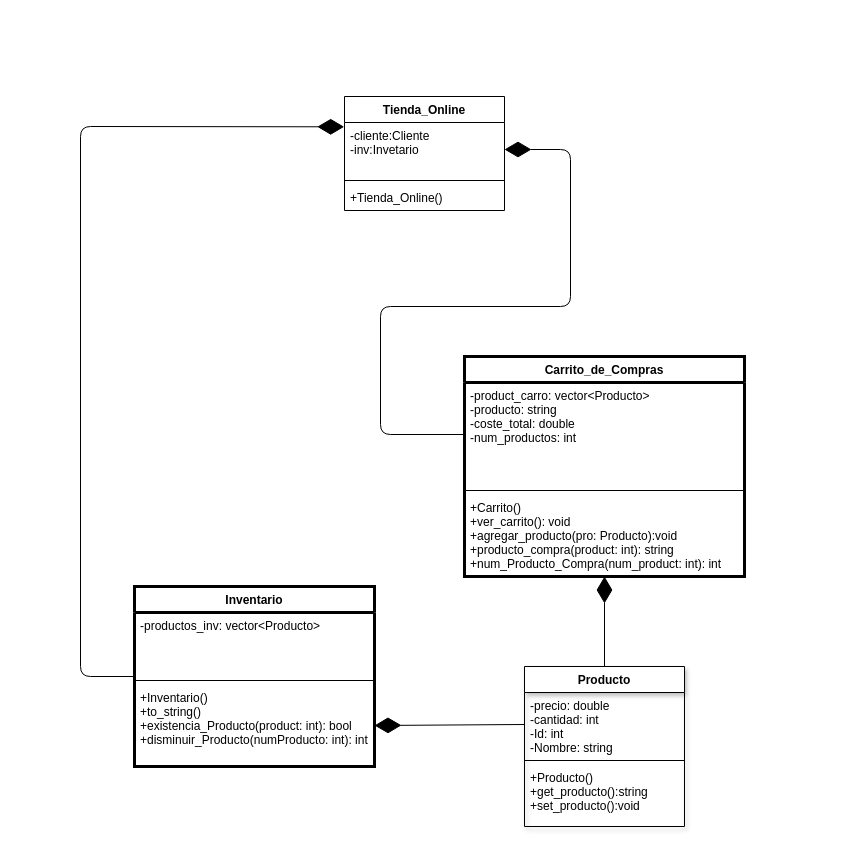
Earlier version of the draw.io diagram Tienda online.drawio (C-CEM-TC1033-304-2213/intregrador-SantiagoCastro05). Source tidied: cells renumbered, new cells numbered last; positions are measured from the earlier drawing's top-left corner, leaving out a move shared by most shapes. Both pictures are drawn from the tidied source at 100%, with x=0, y=0 at pixel (80, 96).
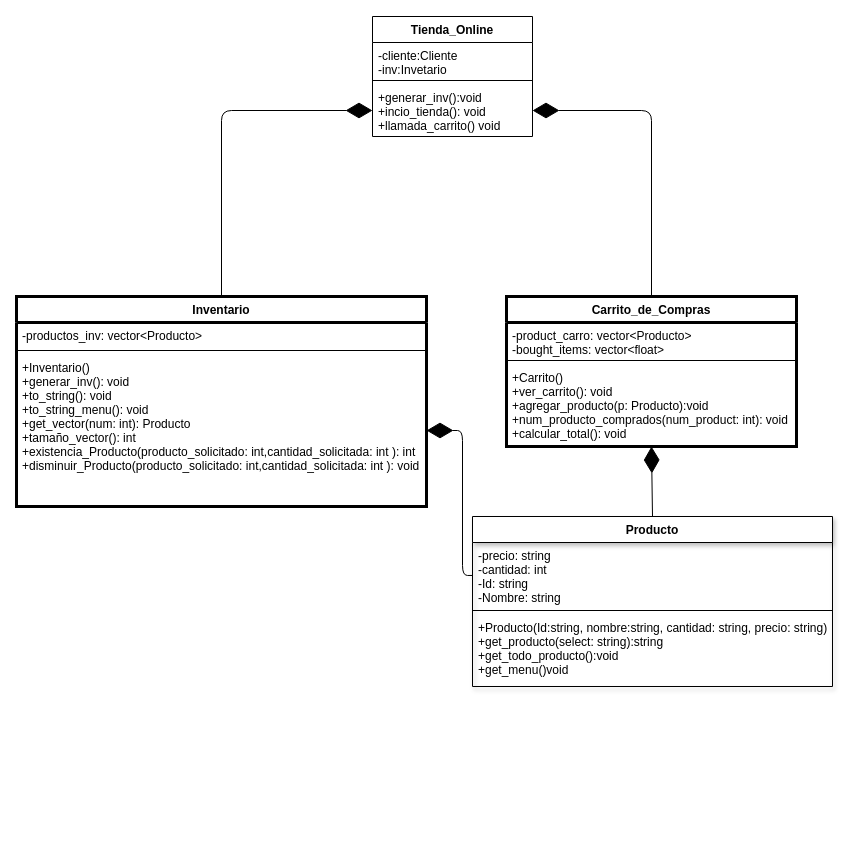
After the change.

Change to the diagram source:
```diff
@@
     <mxCell id="2" value="Carrito_de_Compras" style="swimlane;fontStyle=1;align=center;verticalAlign=top;horizontal=1;startSize=26;strokeWidth=3;" parent="1" vertex="1">
-      <mxGeometry x="384" y="260" width="280" height="220" as="geometry" />
+      <mxGeometry x="426" y="200" width="290" height="150" as="geometry" />
     </mxCell>
-    <mxCell id="3" value="-product_carro: vector&lt;Producto&gt;&#10;-producto: string&#10;-coste_total: double&#10;-num_productos: int" style="text;strokeColor=none;fillColor=none;align=left;verticalAlign=top;spacingLeft=4;spacingRight=4;overflow=hidden;points=[[0,0.5],[1,0.5]];portConstraint=eastwest;" parent="2" vertex="1">
-      <mxGeometry y="26" width="280" height="104" as="geometry" />
+    <mxCell id="3" value="-product_carro: vector&lt;Producto&gt;&#10;-bought_items: vector&lt;float&gt;" style="text;strokeColor=none;fillColor=none;align=left;verticalAlign=top;spacingLeft=4;spacingRight=4;overflow=hidden;points=[[0,0.5],[1,0.5]];portConstraint=eastwest;" parent="2" vertex="1">
+      <mxGeometry y="26" width="290" height="34" as="geometry" />
     </mxCell>
     <mxCell id="4" style="line;strokeWidth=1;fillColor=none;align=left;verticalAlign=middle;spacingTop=-1;spacingLeft=3;spacingRight=3;labelPosition=right;" parent="2" vertex="1">
-      <mxGeometry y="130" width="280" height="8" as="geometry" />
+      <mxGeometry y="60" width="290" height="8" as="geometry" />
     </mxCell>
-    <mxCell id="5" value="+Carrito()&#10;+ver_carrito(): void&#10;+agregar_producto(pro: Producto):void&#10;+producto_compra(product: int): string&#10;+num_Producto_Compra(num_product: int): int&#10;" style="text;strokeColor=none;fillColor=none;align=left;verticalAlign=top;spacingLeft=4;spacingRight=4;overflow=hidden;" parent="2" vertex="1">
-      <mxGeometry y="138" width="280" height="82" as="geometry" />
+    <mxCell id="5" value="+Carrito()&#10;+ver_carrito(): void&#10;+agregar_producto(p: Producto):void&#10;+num_producto_comprados(num_product: int): void&#10;+calcular_total(): void" style="text;strokeColor=none;fillColor=none;align=left;verticalAlign=top;spacingLeft=4;spacingRight=4;overflow=hidden;" parent="2" vertex="1">
+      <mxGeometry y="68" width="290" height="82" as="geometry" />
     </mxCell>
     <mxCell id="6" value="Inventario" style="swimlane;fontStyle=1;align=center;verticalAlign=top;horizontal=1;startSize=26;strokeWidth=3;" parent="1" vertex="1">
-      <mxGeometry x="54" y="490" width="240" height="180" as="geometry" />
+      <mxGeometry x="-64" y="200" width="410" height="210" as="geometry" />
     </mxCell>
-    <mxCell id="7" value="-productos_inv: vector&lt;Producto&gt;&#10;" style="text;strokeColor=none;fillColor=none;align=left;verticalAlign=top;spacingLeft=4;spacingRight=4;overflow=hidden;" parent="6" vertex="1">
-      <mxGeometry y="26" width="240" height="64" as="geometry" />
+    <mxCell id="7" value="-productos_inv: vector&lt;Producto&gt;" style="text;strokeColor=none;fillColor=none;align=left;verticalAlign=top;spacingLeft=4;spacingRight=4;overflow=hidden;" parent="6" vertex="1">
+      <mxGeometry y="26" width="410" height="24" as="geometry" />
     </mxCell>
     <mxCell id="8" style="line;strokeWidth=1;fillColor=none;align=left;verticalAlign=middle;spacingTop=-1;spacingLeft=3;spacingRight=3;labelPosition=right;" parent="6" vertex="1">
-      <mxGeometry y="90" width="240" height="8" as="geometry" />
+      <mxGeometry y="50" width="410" height="8" as="geometry" />
     </mxCell>
-    <mxCell id="9" value="+Inventario()&#10;+to_string()&#10;+existencia_Producto(product: int): bool&#10;+disminuir_Producto(numProducto: int): int" style="text;strokeColor=none;fillColor=none;align=left;verticalAlign=top;spacingLeft=4;spacingRight=4;overflow=hidden;points=[[0,0.5],[1,0.5]];portConstraint=eastwest;" parent="6" vertex="1">
-      <mxGeometry y="98" width="240" height="82" as="geometry" />
+    <mxCell id="9" value="+Inventario()&#10;+generar_inv(): void&#10;+to_string(): void&#10;+to_string_menu(): void&#10;+get_vector(num: int): Producto&#10;+tamaño_vector(): int&#10;+existencia_Producto(producto_solicitado: int,cantidad_solicitada: int ): int&#10;+disminuir_Producto(producto_solicitado: int,cantidad_solicitada: int ): void" style="text;strokeColor=none;fillColor=none;align=left;verticalAlign=top;spacingLeft=4;spacingRight=4;overflow=hidden;points=[[0,0.5],[1,0.5]];portConstraint=eastwest;" parent="6" vertex="1">
+      <mxGeometry y="58" width="410" height="152" as="geometry" />
     </mxCell>
-    <mxCell id="10" style="endArrow=diamondThin;endFill=1;endSize=24;html=1;exitX=0;exitY=0.5;exitDx=0;exitDy=0;entryX=1;entryY=0.5;entryDx=0;entryDy=0;" parent="1" edge="1" source="3" target="14">
-      <mxGeometry relative="1" as="geometry">
-        <Array as="points">
-          <mxPoint x="300" y="338" />
-          <mxPoint x="300" y="210" />
-          <mxPoint x="490" y="210" />
-          <mxPoint x="490" y="53" />
-        </Array>
-      </mxGeometry>
-    </mxCell>
-    <mxCell id="11" style="endArrow=diamondThin;endFill=1;endSize=24;html=1;entryX=1;entryY=0.5;entryDx=0;entryDy=0;exitX=0;exitY=0.5;exitDx=0;exitDy=0;" parent="1" edge="1" source="19" target="9">
-      <mxGeometry relative="1" as="geometry" />
+    <mxCell id="11" style="endArrow=diamondThin;endFill=1;endSize=24;html=1;entryX=1;entryY=0.5;entryDx=0;entryDy=0;exitX=0;exitY=0.515;exitDx=0;exitDy=0;exitPerimeter=0;" parent="1" edge="1" source="19" target="9">
+      <mxGeometry relative="1" as="geometry">
+        <Array as="points">
+          <mxPoint x="382" y="479" />
+          <mxPoint x="382" y="334" />
+        </Array>
+      </mxGeometry>
     </mxCell>
@@
     <mxCell id="13" value="Tienda_Online" style="swimlane;fontStyle=1;align=center;verticalAlign=top;horizontal=1;startSize=26;" parent="1" vertex="1">
-      <mxGeometry x="264" width="160" height="114" as="geometry" />
+      <mxGeometry x="292" y="-80" width="160" height="120" as="geometry" />
     </mxCell>
     <mxCell id="14" value="-cliente:Cliente&#10;-inv:Invetario&#10;&#10;" style="text;strokeColor=none;fillColor=none;align=left;verticalAlign=top;spacingLeft=4;spacingRight=4;overflow=hidden;points=[[0,0.5],[1,0.5]];portConstraint=eastwest;" parent="13" vertex="1">
-      <mxGeometry y="26" width="160" height="54" as="geometry" />
+      <mxGeometry y="26" width="160" height="34" as="geometry" />
     </mxCell>
     <mxCell id="15" style="line;strokeWidth=1;fillColor=none;align=left;verticalAlign=middle;spacingTop=-1;spacingLeft=3;spacingRight=3;labelPosition=right;" parent="13" vertex="1">
-      <mxGeometry y="80" width="160" height="8" as="geometry" />
+      <mxGeometry y="60" width="160" height="8" as="geometry" />
     </mxCell>
-    <mxCell id="16" value="+Tienda_Online()" style="text;strokeColor=none;fillColor=none;align=left;verticalAlign=top;spacingLeft=4;spacingRight=4;overflow=hidden;points=[[0,0.5],[1,0.5]];portConstraint=eastwest;" parent="13" vertex="1">
-      <mxGeometry y="88" width="160" height="26" as="geometry" />
+    <mxCell id="16" value="+generar_inv():void&#10;+incio_tienda(): void&#10;+llamada_carrito() void" style="text;strokeColor=none;fillColor=none;align=left;verticalAlign=top;spacingLeft=4;spacingRight=4;overflow=hidden;points=[[0,0.5],[1,0.5]];portConstraint=eastwest;" parent="13" vertex="1">
+      <mxGeometry y="68" width="160" height="52" as="geometry" />
     </mxCell>
-    <mxCell id="17" style="endArrow=diamondThin;endFill=1;endSize=24;html=1;exitX=0;exitY=0.5;exitDx=0;exitDy=0;entryX=-0.002;entryY=0.08;entryDx=0;entryDy=0;entryPerimeter=0;" parent="1" edge="1" source="6" target="14">
-      <mxGeometry relative="1" as="geometry">
-        <Array as="points">
-          <mxPoint y="580" />
-          <mxPoint y="30" />
-        </Array>
-      </mxGeometry>
-    </mxCell>
     <mxCell id="18" value="Producto" style="swimlane;fontStyle=1;align=center;verticalAlign=top;horizontal=1;startSize=26;shadow=1;" parent="1" vertex="1">
-      <mxGeometry x="444" y="570" width="160" height="160" as="geometry" />
+      <mxGeometry x="392" y="420" width="360" height="170" as="geometry" />
     </mxCell>
-    <mxCell id="19" value="-precio: double&#10;-cantidad: int&#10;-Id: int&#10;-Nombre: string" style="text;strokeColor=none;fillColor=none;align=left;verticalAlign=top;spacingLeft=4;spacingRight=4;overflow=hidden;points=[[0,0.5],[1,0.5]];portConstraint=eastwest;" parent="18" vertex="1">
-      <mxGeometry y="26" width="160" height="64" as="geometry" />
+    <mxCell id="19" value="-precio: string&#10;-cantidad: int&#10;-Id: string&#10;-Nombre: string" style="text;strokeColor=none;fillColor=none;align=left;verticalAlign=top;spacingLeft=4;spacingRight=4;overflow=hidden;points=[[0,0.5],[1,0.5]];portConstraint=eastwest;" parent="18" vertex="1">
+      <mxGeometry y="26" width="360" height="64" as="geometry" />
     </mxCell>
     <mxCell id="20" style="line;strokeWidth=1;fillColor=none;align=left;verticalAlign=middle;spacingTop=-1;spacingLeft=3;spacingRight=3;labelPosition=right;" parent="18" vertex="1">
-      <mxGeometry y="90" width="160" height="8" as="geometry" />
+      <mxGeometry y="90" width="360" height="8" as="geometry" />
     </mxCell>
-    <mxCell id="21" value="+Producto()&#10;+get_producto():string&#10;+set_producto():void" style="text;strokeColor=none;fillColor=none;align=left;verticalAlign=top;spacingLeft=4;spacingRight=4;overflow=hidden;" parent="18" vertex="1">
-      <mxGeometry y="98" width="160" height="62" as="geometry" />
+    <mxCell id="21" value="+Producto(Id:string, nombre:string, cantidad: string, precio: string)&#10;+get_producto(select: string):string&#10;+get_todo_producto():void&#10;+get_menu()void" style="text;strokeColor=none;fillColor=none;align=left;verticalAlign=top;spacingLeft=4;spacingRight=4;overflow=hidden;" parent="18" vertex="1">
+      <mxGeometry y="98" width="360" height="72" as="geometry" />
     </mxCell>
+    <mxCell id="22" style="endArrow=diamondThin;endFill=1;endSize=24;html=1;entryX=1;entryY=0.5;entryDx=0;entryDy=0;exitX=0.5;exitY=0;exitDx=0;exitDy=0;" parent="1" edge="1" source="2" target="16">
+      <mxGeometry relative="1" as="geometry">
+        <Array as="points">
+          <mxPoint x="571" y="14" />
+        </Array>
+      </mxGeometry>
+    </mxCell>
+    <mxCell id="23" style="endArrow=diamondThin;endFill=1;endSize=24;html=1;exitX=0.5;exitY=0;exitDx=0;exitDy=0;entryX=0;entryY=0.5;entryDx=0;entryDy=0;" parent="1" edge="1" source="6" target="16">
+      <mxGeometry relative="1" as="geometry">
+        <Array as="points">
+          <mxPoint x="141" y="14" />
+        </Array>
+      </mxGeometry>
+    </mxCell>
```
